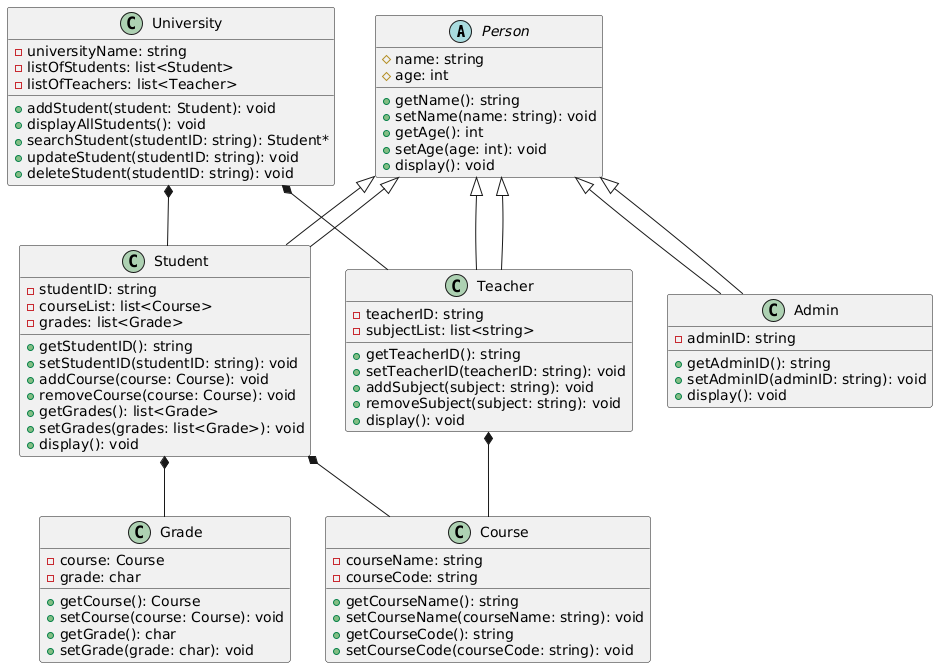
Before: UML.png, a diagram exported from PlantUML (Ramiu88/student-manager).
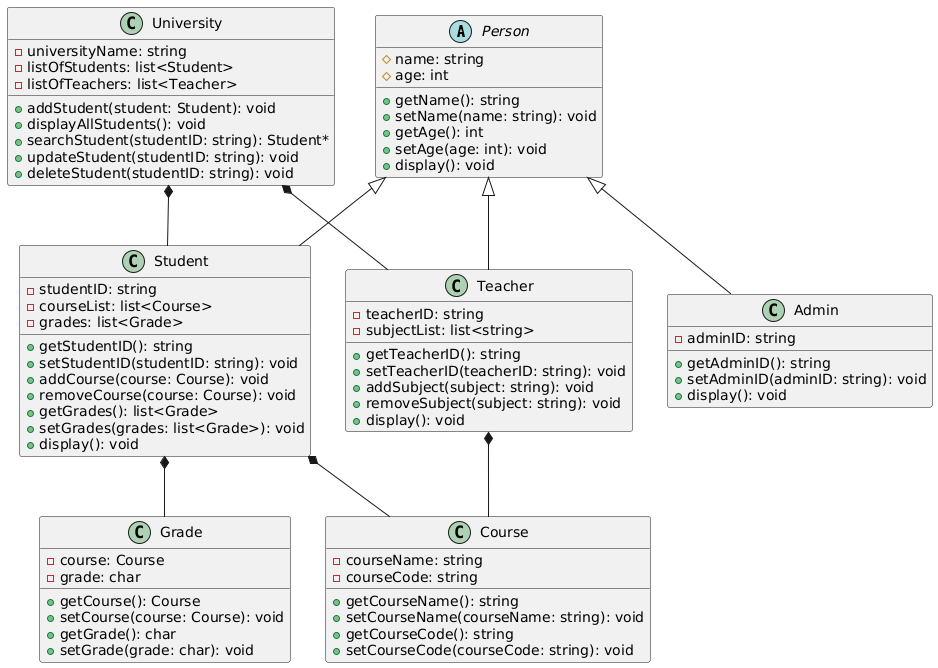
The same file after the commit.

Diff of the diagram source:
```diff
@@ -9,7 +9,7 @@
     + display(): void
 }
 
-class Student extends Person {
+class Student {
     - studentID: string
     - courseList: list<Course>
     - grades: list<Grade>
@@ -22,7 +22,7 @@
     + display(): void
 }
 
-class Teacher extends Person {
+class Teacher {
     - teacherID: string
     - subjectList: list<string>
     + getTeacherID(): string
@@ -32,7 +32,7 @@
     + display(): void
 }
 
-class Admin extends Person {
+class Admin {
     - adminID: string
     + getAdminID(): string
     + setAdminID(adminID: string): void
```
